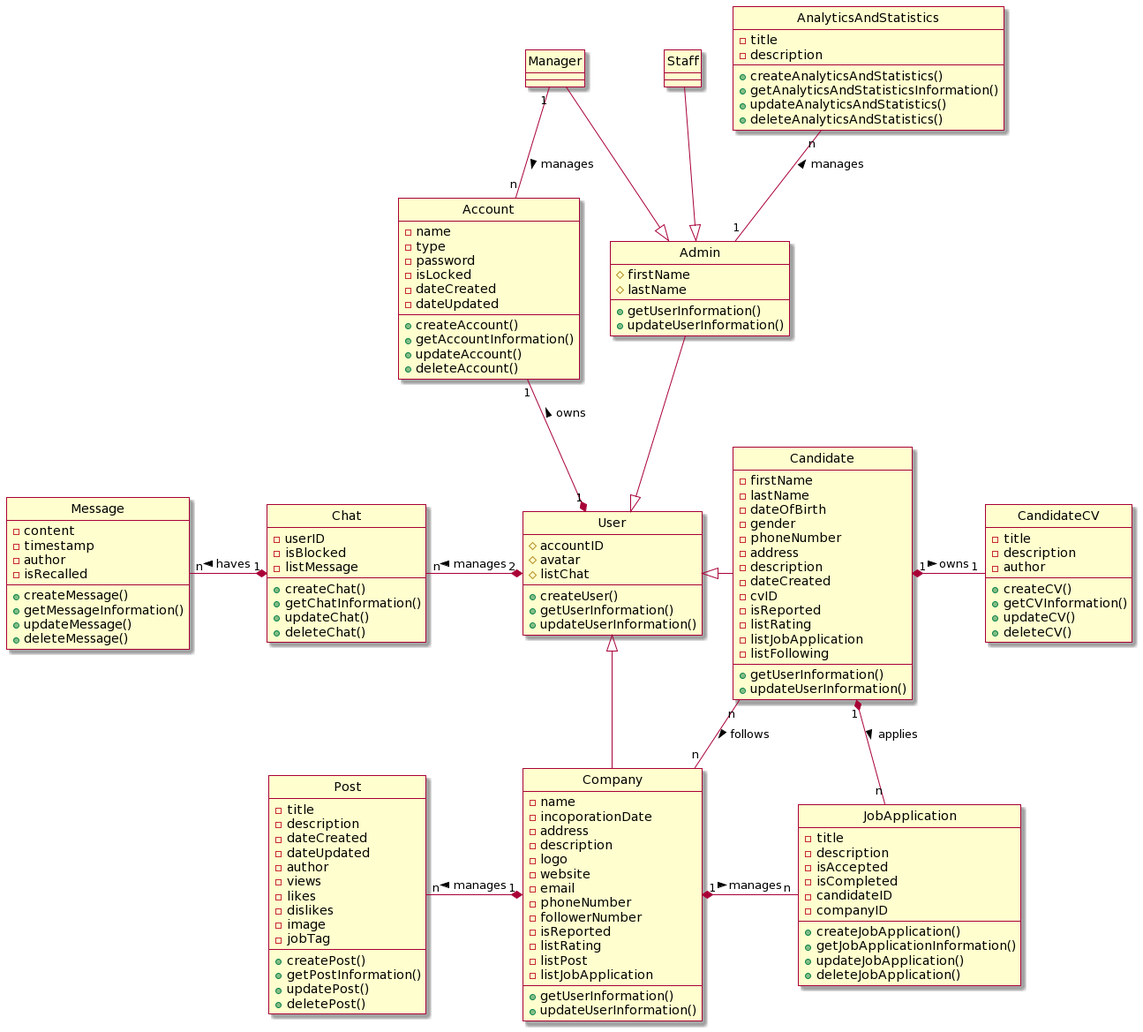
Before: Lab1/Lab 1.2 Diagram/Class/FileIMG/ClassDiagram.png, a diagram exported from PlantUML (Griselda4774/EAS-EmploymentAssistanceSystem).
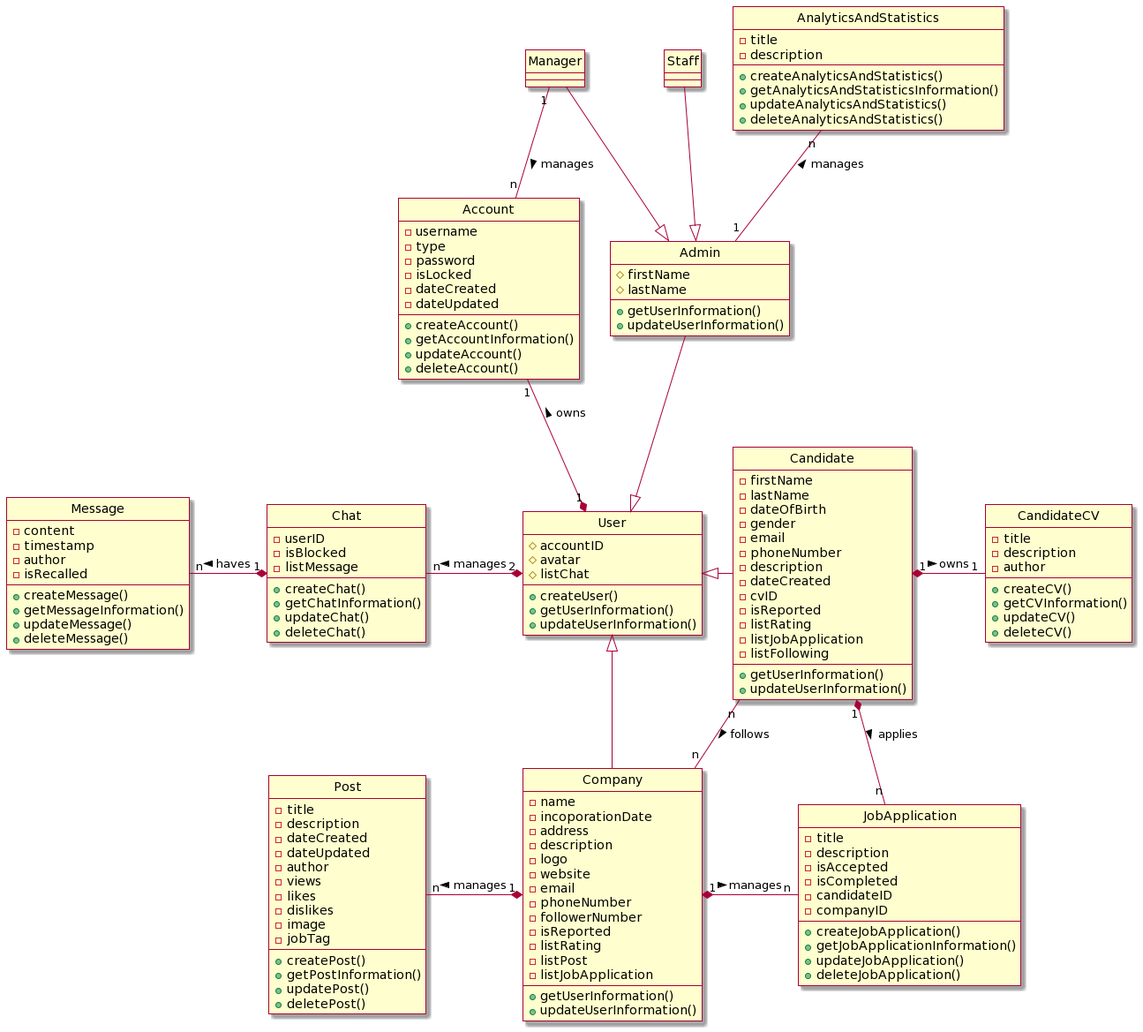
The same file after the commit.

What changed in the source:
```diff
@@ -3,7 +3,7 @@
 skin rose
 
 class Account {
-    -name
+    -username
     -type
     -password
     -isLocked
@@ -36,8 +36,8 @@
     -lastName
     -dateOfBirth
     -gender
+    -email
     -phoneNumber
-    -address
     -description
     -dateCreated
     -cvID
```
